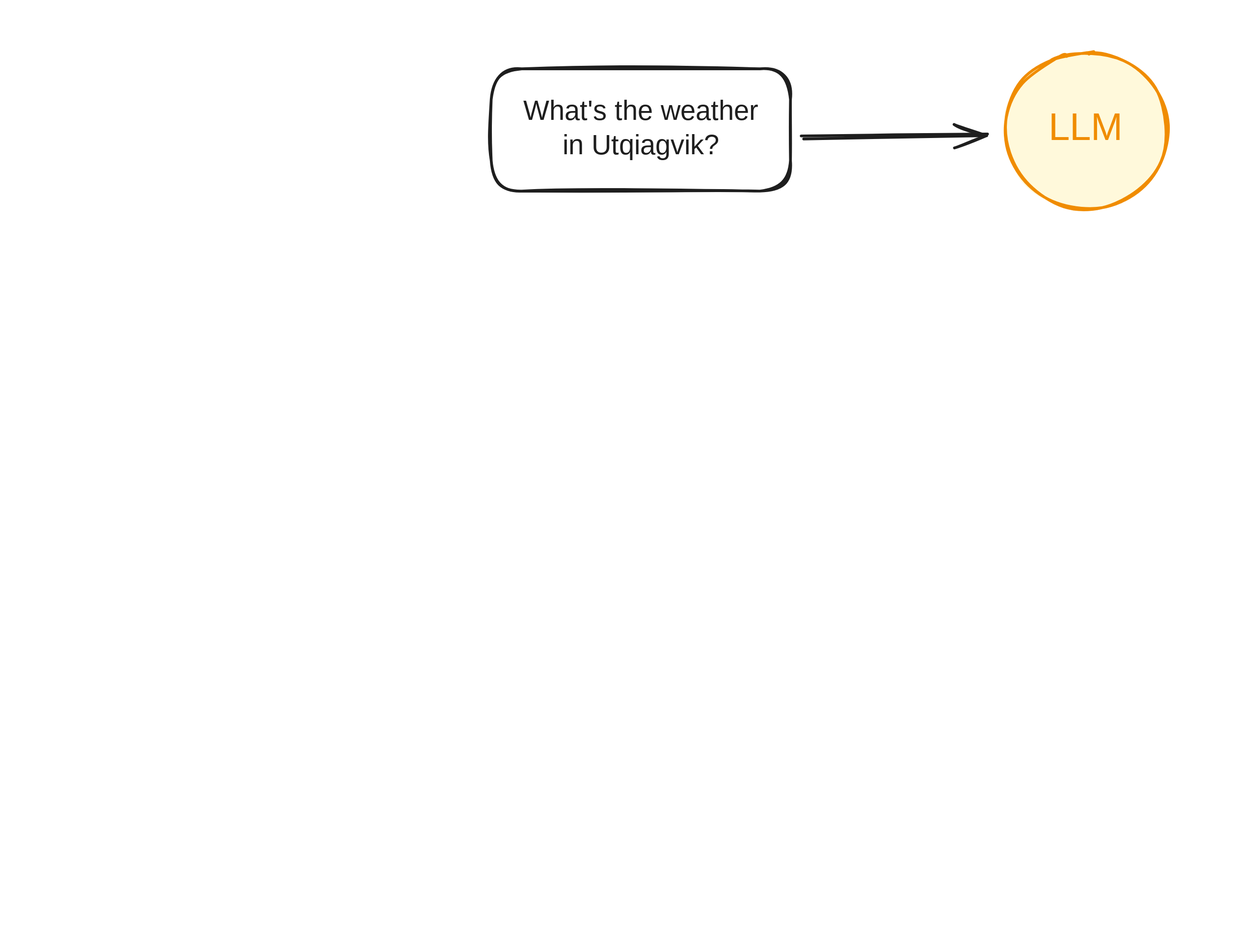
The Excalidraw diagram website/slides/assets/tools-diagram-01.excalidraw.svg in skaltman/r-pharma-llm, before a commit. Source tidied: one line per element, renumbered; positions are measured from the earlier drawing's top-left corner, leaving out a move shared by most shapes.
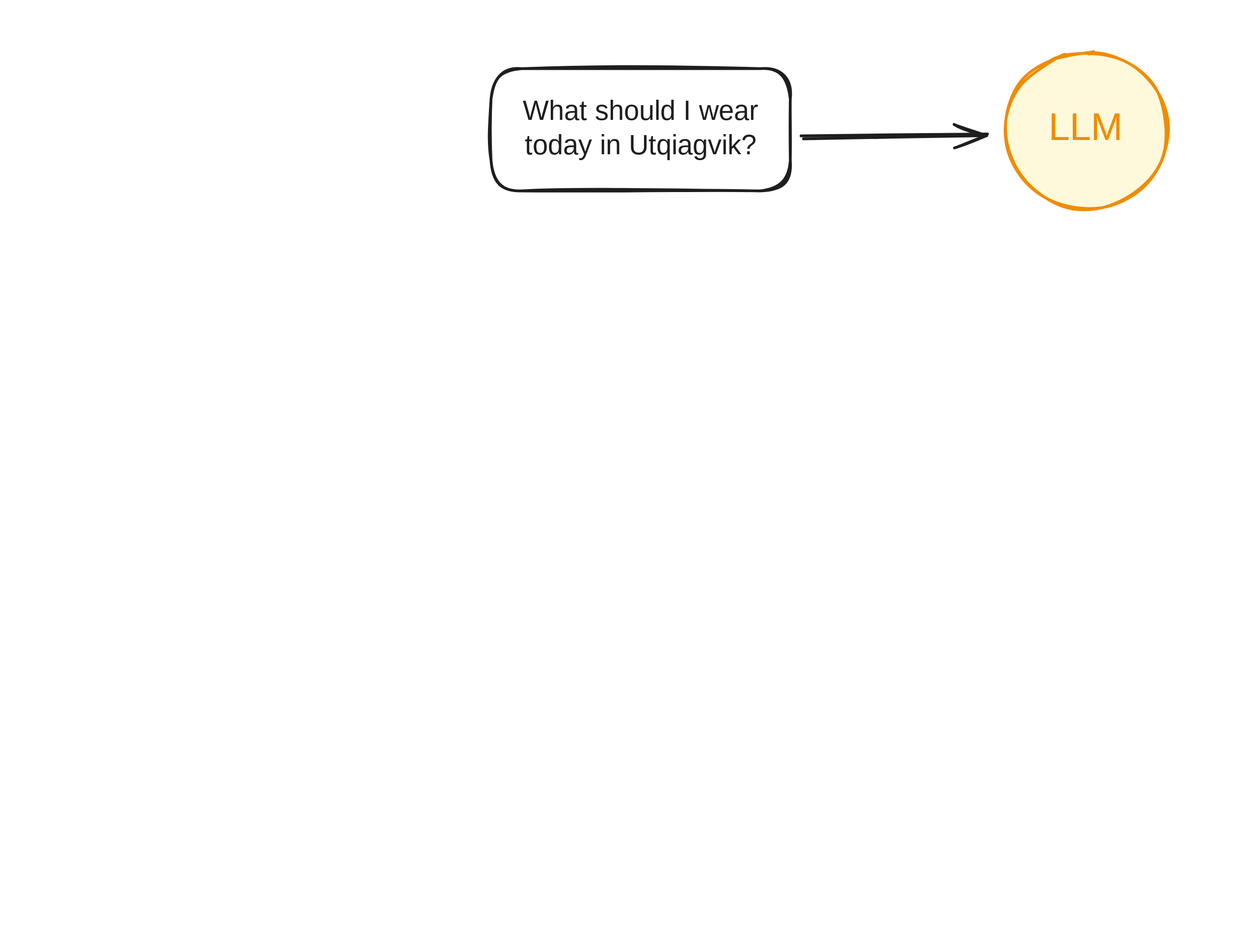
The same file after the commit.

The edit, as a diff of the source:
```diff
@@ -1,6 +1,6 @@
 {"id": 0, "type": "rectangle", "strokeColor": "#1e1e1e", "strokeWidth": 2, "roughness": 1, "round": true, "x": 347, "y": 40, "width": 218, "height": 89}
-{"id": 1, "type": "text", "text": "What's the weather\nin Utqiagvik?", "strokeColor": "#1e1e1e", "strokeWidth": 2, "roughness": 1, "fontSize": 20, "fontFamily": 5, "textAlign": "center", "verticalAlign": "middle", "inside": 0, "x": 361, "y": 60, "width": 191, "height": 50}
+{"id": 1, "type": "text", "text": "What should I wear\ntoday in Utqiagvik?", "strokeColor": "#1e1e1e", "strokeWidth": 2, "roughness": 1, "fontSize": 20, "fontFamily": 5, "textAlign": "center", "verticalAlign": "middle", "inside": 0, "x": 361, "y": 59, "width": 191, "height": 50}
 {"id": 2, "type": "ellipse", "strokeColor": "#f08c00", "backgroundColor": "#fff9db", "fillStyle": "solid", "strokeWidth": 2, "roughness": 1, "round": true, "x": 721, "y": 28, "width": 119, "height": 114}
 {"id": 3, "type": "text", "text": "LLM", "strokeColor": "#f08c00", "backgroundColor": "#ffec99", "fillStyle": "solid", "strokeWidth": 2, "roughness": 1, "fontSize": 28, "fontFamily": 5, "textAlign": "center", "verticalAlign": "middle", "inside": 2, "x": 754, "y": 67, "width": 52, "height": 35}
-{"id": 4, "type": "arrow", "strokeColor": "#1e1e1e", "backgroundColor": "#b2f2bb", "fillStyle": "solid", "strokeWidth": 2, "roughness": 1, "endArrowhead": "arrow", "round": true, "from": 0, "to": 2, "x": 574, "y": 90, "width": 134, "height": 2, "points": [[0, 0], [134, -2]]}
+{"id": 4, "type": "arrow", "strokeColor": "#1e1e1e", "backgroundColor": "#b2f2bb", "fillStyle": "solid", "strokeWidth": 2, "roughness": 1, "endArrowhead": "arrow", "round": true, "from": 0, "to": 2, "x": 574, "y": 90, "width": 135, "height": 2, "points": [[0, 0], [135, -2]]}
 {"id": 5, "type": "rectangle", "strokeColor": "#1e1e1e", "strokeWidth": 2, "roughness": 1, "opacity": 0, "round": true, "x": 0, "y": 0, "width": 882, "height": 672}
```
